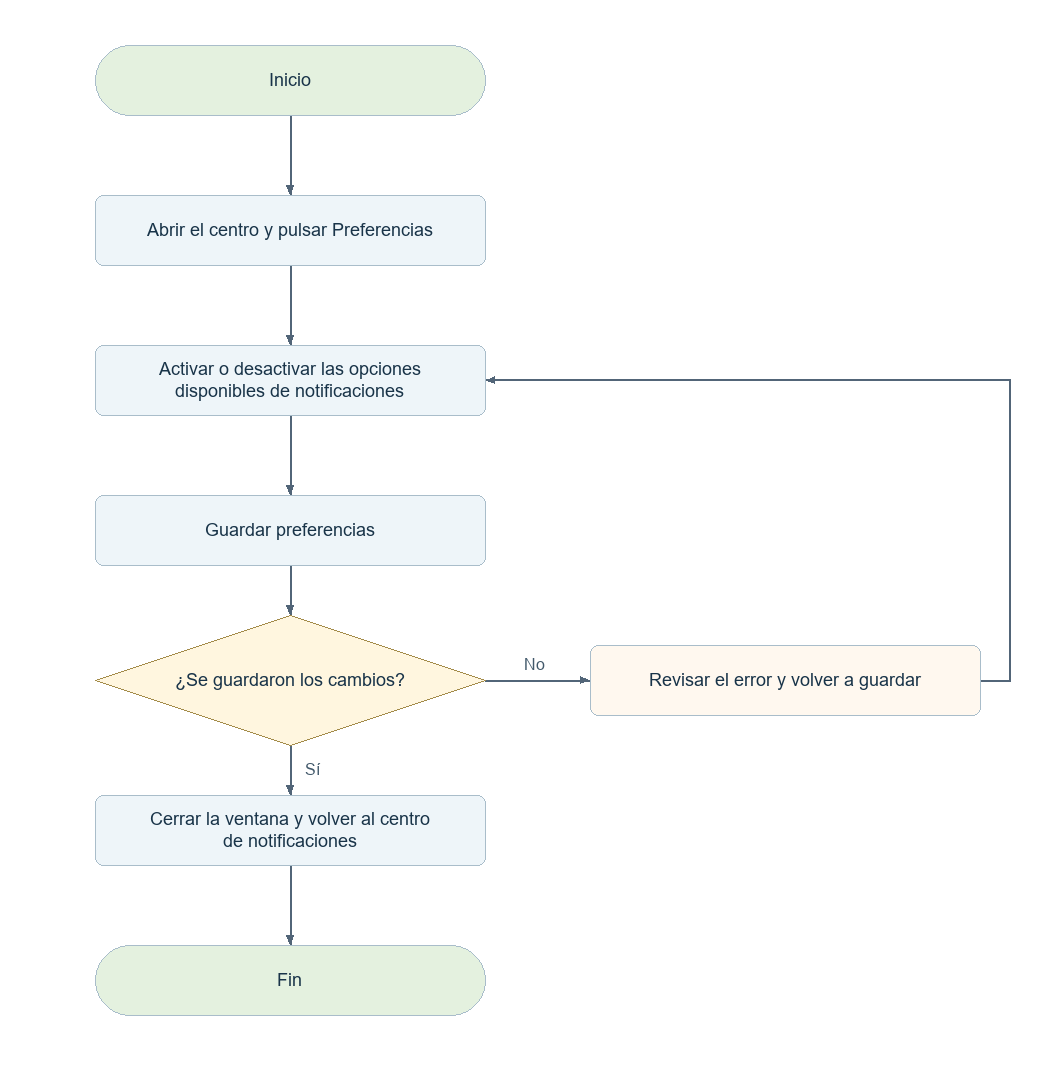
elingeyesdev/t3-crowdfunding-inversion keeps this Mermaid diagram as docs/diagramas-web/png/C05.png. Above is the earlier version. Its source is kept beside it as docs/diagramas-web/mermaid/C05.mmd.
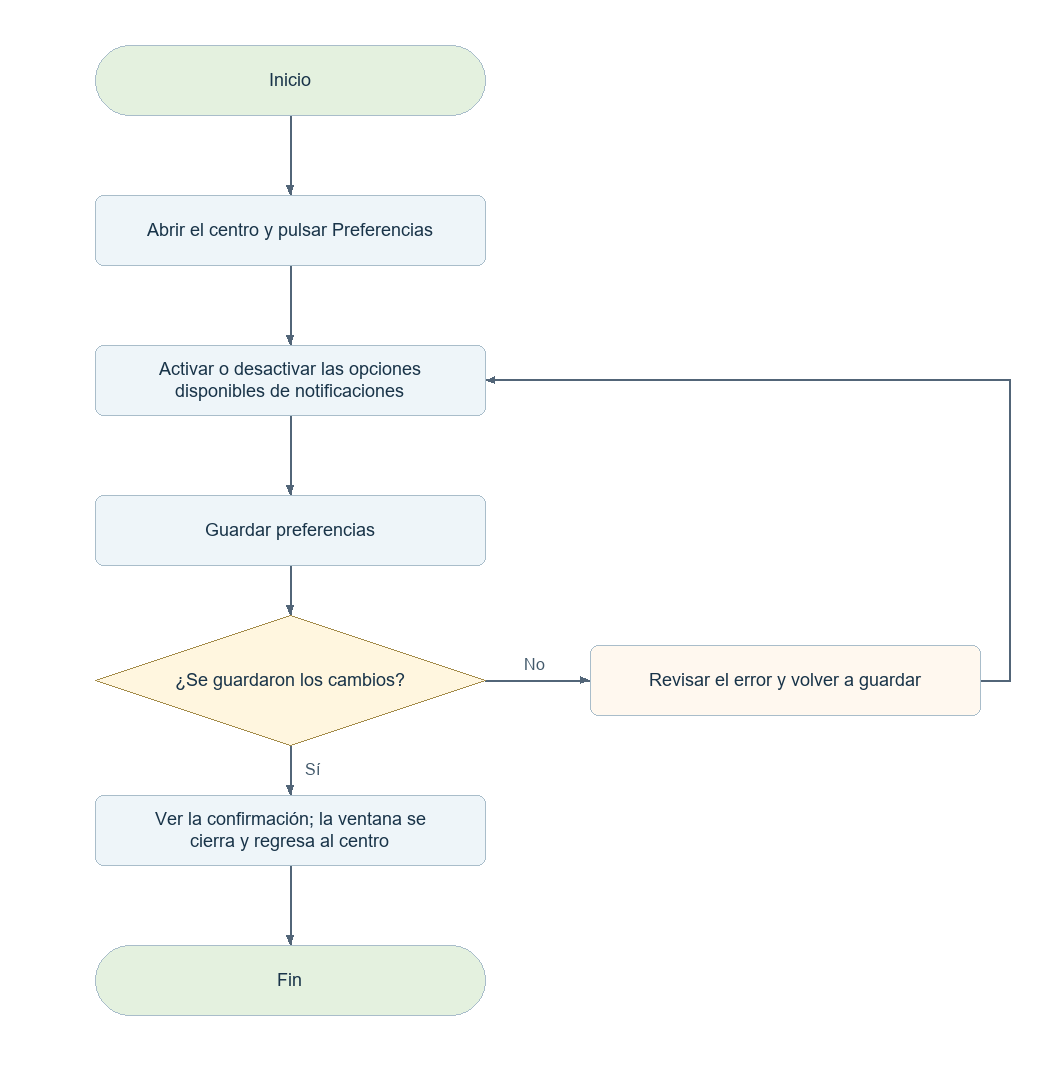
After the change.

What changed in the source:
```diff
@@ -12,6 +12,6 @@
   B4["Revisar el error y volver a guardar"]
   N4 -->|"No"| B4
   B4 --> N2
-  N5["Cerrar la ventana y volver al centro de notificaciones"]
+  N5["Ver la confirmación; la ventana se cierra y regresa al centro"]
   N5 --> N6
   N6(["Fin"])
```
